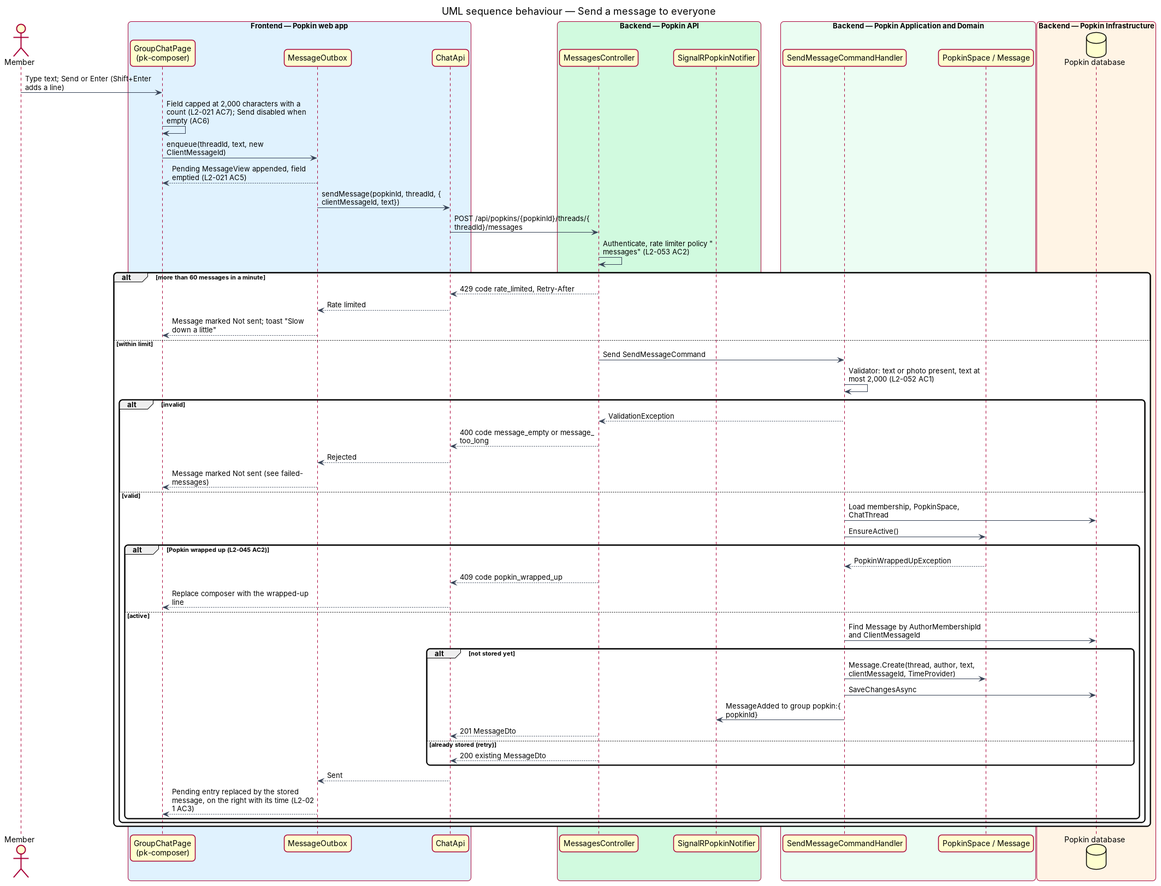
Earlier version of the PlantUML export docs/detailed-designs/chat/send-message-to-everyone/diagrams/sequence-send-message.png (QuinntyneBrown/popkin). Its source is kept beside it as docs/detailed-designs/chat/send-message-to-everyone/diagrams/sequence-send-message.puml. Its diagram source:
```plantuml
@startuml
title UML sequence behaviour — Send a message to everyone
skinparam backgroundColor #FFFFFF
skinparam shadowing false
skinparam roundcorner 12
skinparam defaultFontName Arial
skinparam ArrowColor #344054
skinparam maxMessageSize 260
skinparam rectangle {
  BorderColor #344054
  FontColor #101828
}
skinparam package {
  BorderColor #667085
  FontColor #101828
  BackgroundColor #F9FAFB
}

actor "Member" as actor
box "Frontend — Popkin web app" #E0F2FE
  participant "GroupChatPage\n(pk-composer)" as page
  participant "MessageOutbox" as outbox
  participant "ChatApi" as client
end box
box "Backend — Popkin API" #D1FADF
  participant "MessagesController" as controller
  participant "SignalRPopkinNotifier" as notifier
end box
box "Backend — Popkin Application and Domain" #ECFDF3
  participant "SendMessageCommandHandler" as handler
  participant "PopkinSpace / Message" as entity
end box
box "Backend — Popkin Infrastructure" #FFF4E5
  database "Popkin database" as db
end box
actor -> page : Type text; Send or Enter (Shift+Enter adds a line)
page -> page : Field capped at 2,000 characters with a count (L2-021 AC7); Send disabled when empty (AC6)
page -> outbox : enqueue(threadId, text, new ClientMessageId)
outbox --> page : Pending MessageView appended, field emptied (L2-021 AC5)
outbox -> client : sendMessage(popkinId, threadId, {clientMessageId, text})
client -> controller : POST /api/popkins/{popkinId}/threads/{threadId}/messages
controller -> controller : Authenticate, rate limiter policy "messages" (L2-053 AC2)
alt more than 60 messages in a minute
  controller --> client : 429 code rate_limited, Retry-After
  client --> outbox : Rate limited
  outbox --> page : Message marked Not sent; toast "Slow down a little"
else within limit
  controller -> handler : Send SendMessageCommand
  handler -> handler : Validator: text or photo present, text at most 2,000 (L2-052 AC1)
  alt invalid
    handler --> controller : ValidationException
    controller --> client : 400 code message_empty or message_too_long
    client --> outbox : Rejected
    outbox --> page : Message marked Not sent (see failed-messages)
  else valid
    handler -> db : Load membership, PopkinSpace, ChatThread
    handler -> entity : EnsureActive()
    alt Popkin wrapped up (L2-045 AC2)
      entity --> handler : PopkinWrappedUpException
      controller --> client : 409 code popkin_wrapped_up
      client --> page : Replace composer with the wrapped-up line
    else active
      handler -> db : Find Message by AuthorMembershipId and ClientMessageId
      alt not stored yet
        handler -> entity : Message.Create(thread, author, text, clientMessageId, TimeProvider)
        handler -> db : SaveChangesAsync
        handler -> notifier : MessageAdded to group popkin:{popkinId}
        controller --> client : 201 MessageDto
      else already stored (retry)
        controller --> client : 200 existing MessageDto
      end
      client --> outbox : Sent
      outbox --> page : Pending entry replaced by the stored message, on the right with its time (L2-021 AC3)
    end
  end
end
@enduml
```
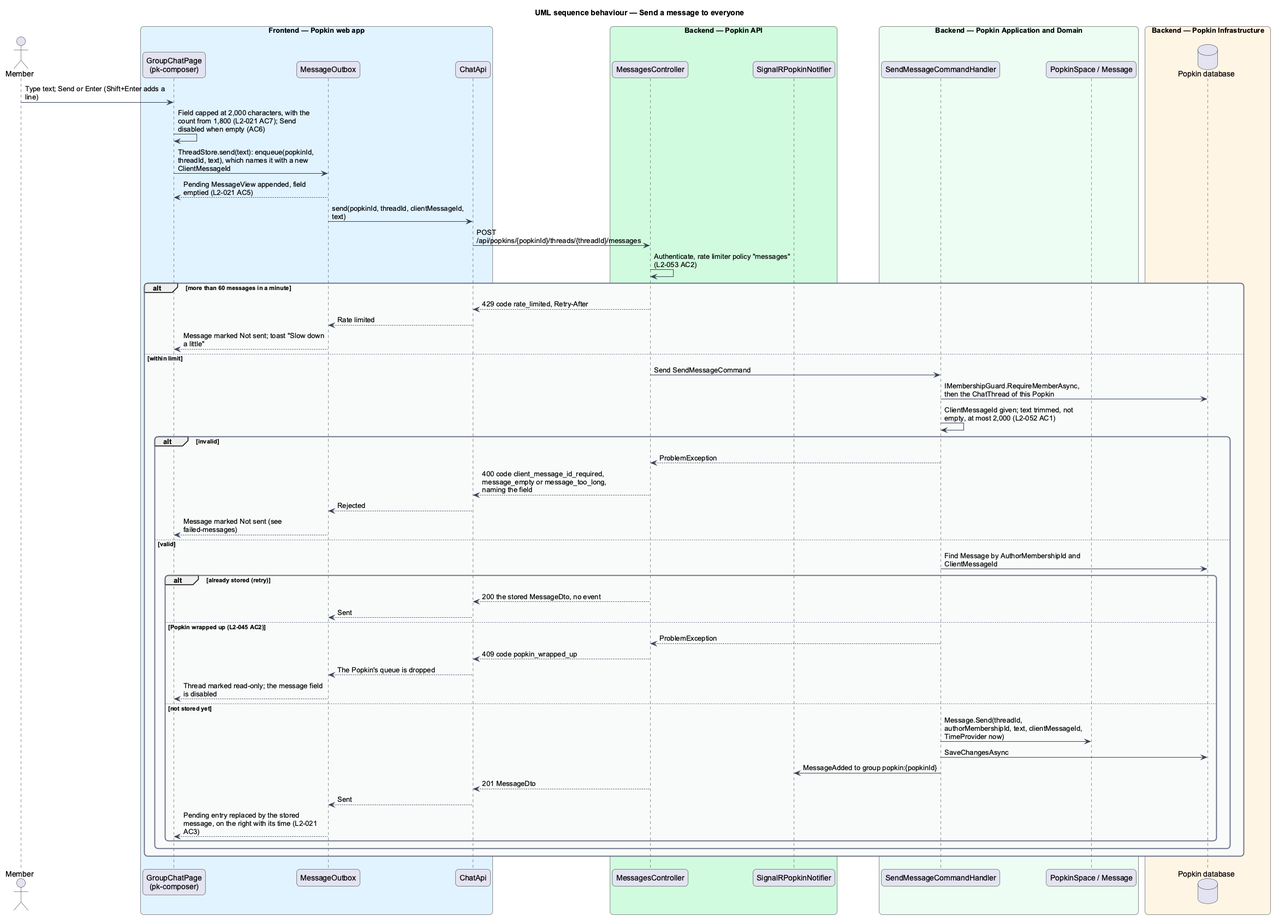
After the change.

What changed in the source:
```diff
@@ -34,10 +34,10 @@
   database "Popkin database" as db
 end box
 actor -> page : Type text; Send or Enter (Shift+Enter adds a line)
-page -> page : Field capped at 2,000 characters with a count (L2-021 AC7); Send disabled when empty (AC6)
-page -> outbox : enqueue(threadId, text, new ClientMessageId)
+page -> page : Field capped at 2,000 characters, with the count from 1,800 (L2-021 AC7); Send disabled when empty (AC6)
+page -> outbox : ThreadStore.send(text): enqueue(popkinId, threadId, text), which names it with a new ClientMessageId
 outbox --> page : Pending MessageView appended, field emptied (L2-021 AC5)
-outbox -> client : sendMessage(popkinId, threadId, {clientMessageId, text})
+outbox -> client : send(popkinId, threadId, clientMessageId, text)
 client -> controller : POST /api/popkins/{popkinId}/threads/{threadId}/messages
 controller -> controller : Authenticate, rate limiter policy "messages" (L2-053 AC2)
 alt more than 60 messages in a minute
@@ -46,29 +46,28 @@
   outbox --> page : Message marked Not sent; toast "Slow down a little"
 else within limit
   controller -> handler : Send SendMessageCommand
-  handler -> handler : Validator: text or photo present, text at most 2,000 (L2-052 AC1)
+  handler -> db : IMembershipGuard.RequireMemberAsync, then the ChatThread of this Popkin
+  handler -> handler : ClientMessageId given; text trimmed, not empty, at most 2,000 (L2-052 AC1)
   alt invalid
-    handler --> controller : ValidationException
-    controller --> client : 400 code message_empty or message_too_long
+    handler --> controller : ProblemException
+    controller --> client : 400 code client_message_id_required, message_empty or message_too_long, naming the field
     client --> outbox : Rejected
     outbox --> page : Message marked Not sent (see failed-messages)
   else valid
-    handler -> db : Load membership, PopkinSpace, ChatThread
-    handler -> entity : EnsureActive()
-    alt Popkin wrapped up (L2-045 AC2)
-      entity --> handler : PopkinWrappedUpException
+    handler -> db : Find Message by AuthorMembershipId and ClientMessageId
+    alt already stored (retry)
+      controller --> client : 200 the stored MessageDto, no event
+      client --> outbox : Sent
+    else Popkin wrapped up (L2-045 AC2)
+      handler --> controller : ProblemException
       controller --> client : 409 code popkin_wrapped_up
-      client --> page : Replace composer with the wrapped-up line
-    else active
-      handler -> db : Find Message by AuthorMembershipId and ClientMessageId
-      alt not stored yet
-        handler -> entity : Message.Create(thread, author, text, clientMessageId, TimeProvider)
-        handler -> db : SaveChangesAsync
-        handler -> notifier : MessageAdded to group popkin:{popkinId}
-        controller --> client : 201 MessageDto
-      else already stored (retry)
-        controller --> client : 200 existing MessageDto
-      end
+      client --> outbox : The Popkin's queue is dropped
+      outbox --> page : Thread marked read-only; the message field is disabled
+    else not stored yet
+      handler -> entity : Message.Send(threadId, authorMembershipId, text, clientMessageId, TimeProvider now)
+      handler -> db : SaveChangesAsync
+      handler -> notifier : MessageAdded to group popkin:{popkinId}
+      controller --> client : 201 MessageDto
       client --> outbox : Sent
       outbox --> page : Pending entry replaced by the stored message, on the right with its time (L2-021 AC3)
     end
```
